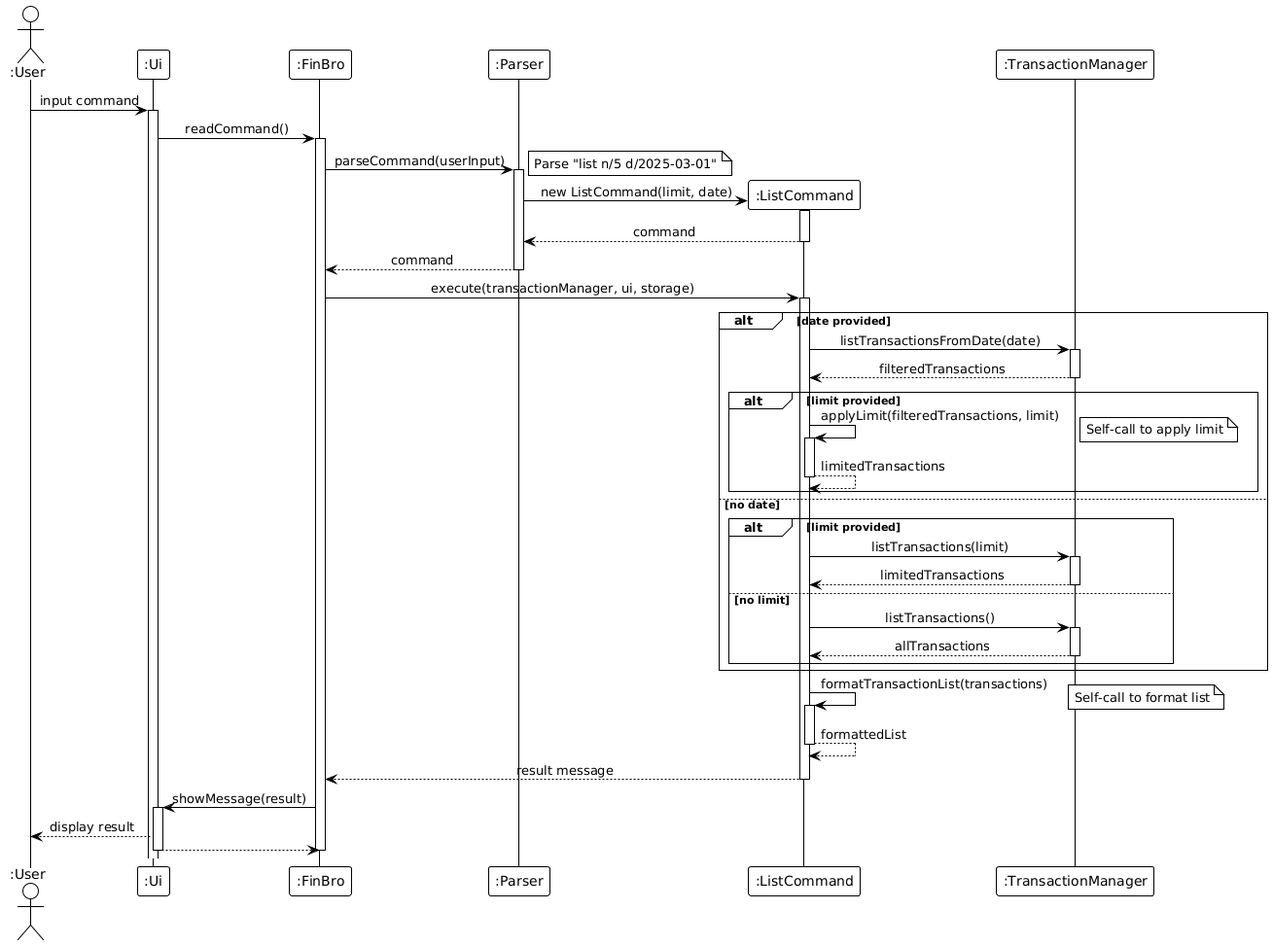
This is docs/img/puml/sequence-list.png from laitcanard05/tp, a PlantUML export, as it was before one commit. Its source is kept beside it as docs/diagrams/puml/sequence/sequence-list.puml. The source it was exported from:
```plantuml
@startuml
!theme plain
skinparam sequenceMessageAlign center
skinparam responseMessageBelowArrow true
skinparam lifelineStrategy nosolid

actor ":User" as User
participant ":Ui" as UI
participant ":FinBro" as FinBro
participant ":Parser" as Parser
participant ":ListCommand" as ListCommand
participant ":TransactionManager" as TransactionMgr

User -> UI : input command
activate UI

UI -> FinBro : readCommand()
activate FinBro

FinBro -> Parser : parseCommand(userInput)
activate Parser
note right: Parse "list n/5 d/2025-03-01"

create ListCommand
Parser -> ListCommand : new ListCommand(limit, date)
activate ListCommand
ListCommand --> Parser : command
deactivate ListCommand
Parser --> FinBro : command
deactivate Parser

FinBro -> ListCommand : execute(transactionManager, ui, storage)
activate ListCommand

alt date provided
    ListCommand -> TransactionMgr : listTransactionsFromDate(date)
    activate TransactionMgr
    TransactionMgr --> ListCommand : filteredTransactions
    deactivate TransactionMgr

    alt limit provided
        ListCommand -> ListCommand : applyLimit(filteredTransactions, limit)
        activate ListCommand
        note right: Self-call to apply limit
        ListCommand --> ListCommand : limitedTransactions
        deactivate ListCommand
    end
else no date
    alt limit provided
        ListCommand -> TransactionMgr : listTransactions(limit)
        activate TransactionMgr
        TransactionMgr --> ListCommand : limitedTransactions
        deactivate TransactionMgr
    else no limit
        ListCommand -> TransactionMgr : listTransactions()
        activate TransactionMgr
        TransactionMgr --> ListCommand : allTransactions
        deactivate TransactionMgr
    end
end

ListCommand -> ListCommand : formatTransactionList(transactions)
activate ListCommand
note right: Self-call to format list
ListCommand --> ListCommand : formattedList
deactivate ListCommand

ListCommand --> FinBro : result message
deactivate ListCommand

FinBro -> UI : showMessage(result)
activate UI
UI --> User : display result
UI --> FinBro
deactivate UI
deactivate FinBro

@enduml
```
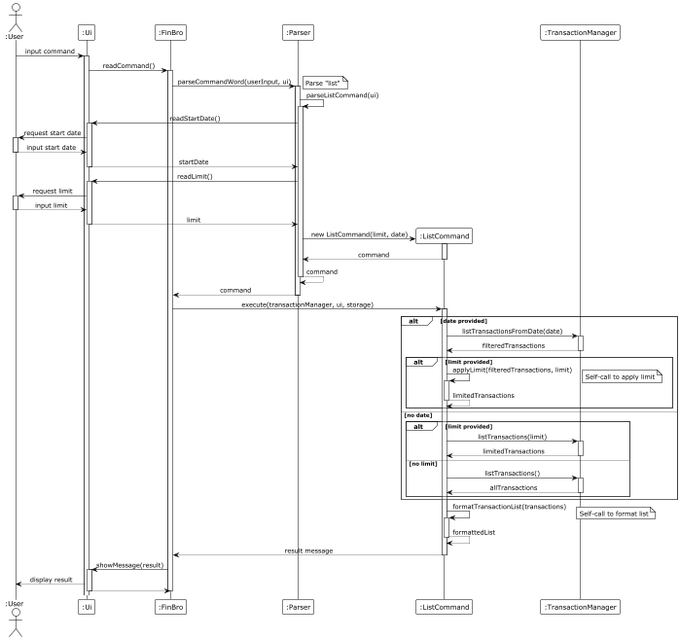
Above is the later version.

Diff of the diagram source:
```diff
@@ -17,15 +17,38 @@
 UI -> FinBro : readCommand()
 activate FinBro
 
-FinBro -> Parser : parseCommand(userInput)
+FinBro -> Parser : parseCommandWord(userInput, ui)
 activate Parser
-note right: Parse "list n/5 d/2025-03-01"
+note right: Parse "list"
+
+Parser -> Parser : parseListCommand(ui)
+activate Parser
+
+Parser -> UI : readStartDate()
+activate UI
+UI -> User : request start date
+activate User
+User --> UI : input start date
+deactivate User
+UI --> Parser : startDate
+deactivate UI
+
+Parser -> UI : readLimit()
+activate UI
+UI -> User : request limit
+activate User
+User --> UI : input limit
+deactivate User
+UI --> Parser : limit
+deactivate UI
 
 create ListCommand
 Parser -> ListCommand : new ListCommand(limit, date)
 activate ListCommand
 ListCommand --> Parser : command
 deactivate ListCommand
+Parser --> Parser : command
+deactivate Parser
 Parser --> FinBro : command
 deactivate Parser
 
```
